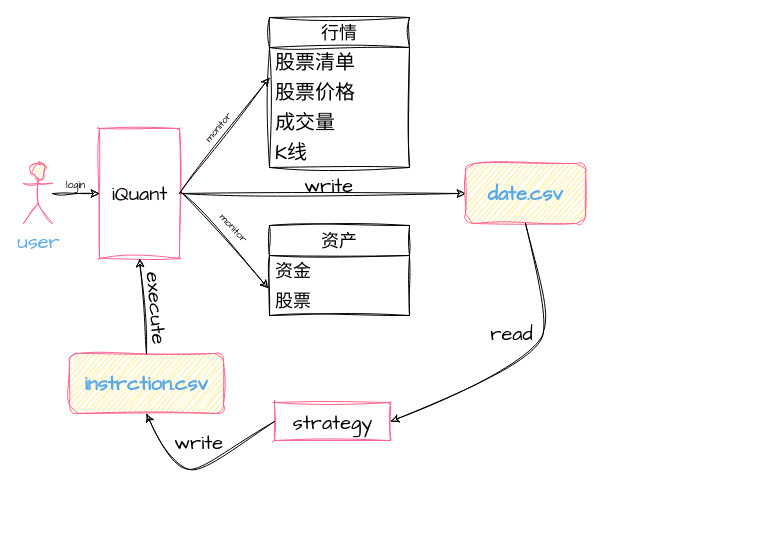
Zr-2021/draw.io_folder keeps this draw.io diagram as 股票交易示意图.drawio. Above is the earlier version. Source tidied: cells renumbered, new cells numbered last; positions are measured from the earlier drawing's top-left corner, leaving out a move shared by most shapes. Both pictures are drawn from the tidied source at 100%, with x=0, y=0 at pixel (23, 17).
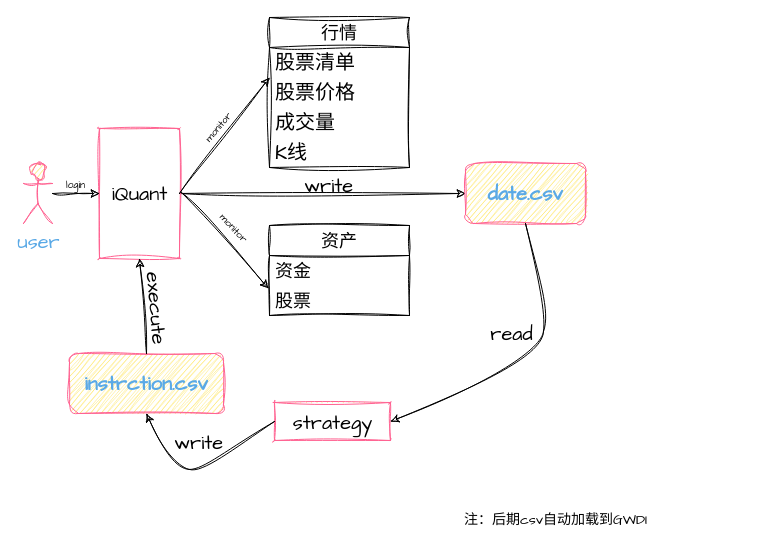
The same page after the edit.

Commit message (it also covers changes not shown here):
更新股票交易示意图.drawio

What changed in the source:
```diff
@@
+    <mxCell id="31" value="&lt;font style=&quot;font-size: 14px;&quot;&gt;注：后期csv自动加载到GWDI&lt;/font&gt;" style="text;html=1;strokeColor=none;fillColor=none;align=center;verticalAlign=middle;whiteSpace=wrap;rounded=0;fontSize=20;fontFamily=Architects Daughter;" parent="1" vertex="1">
+      <mxGeometry x="344" y="485" width="377" height="30" as="geometry" />
+    </mxCell>
```
